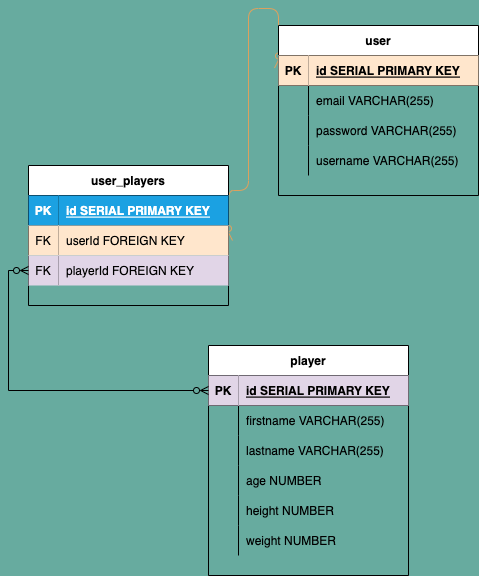
The draw.io diagram wireframes/ERD.png in ikarabag1/NBA-POCKET, before a commit. Source tidied: cells renumbered, new cells last; positions are measured from the earlier drawing's top-left corner, leaving out a move shared by most shapes.
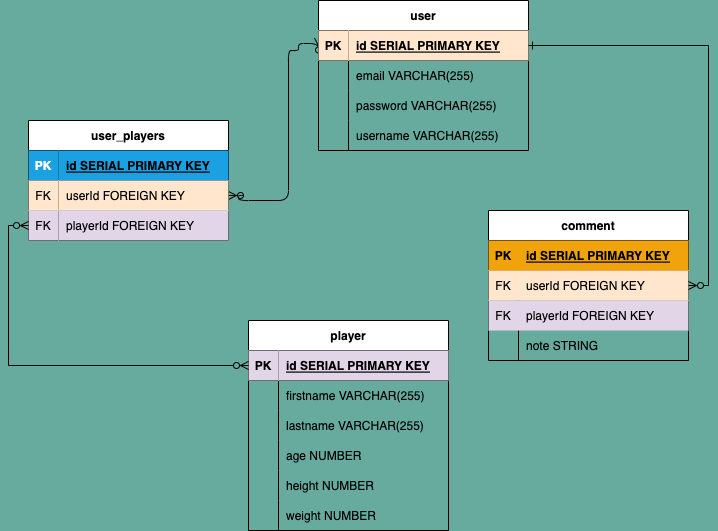
Later version of the same file.

Commit message:
read me udated for user story, techs used, erd, wireframes

The edit, as a diff of the source:
```diff
@@ -3,7 +3,7 @@
     <mxCell id="0" />
     <mxCell id="1" parent="0" />
     <mxCell id="2" value="player" style="shape=table;startSize=30;rowLines=0;fontStyle=1;align=center;" parent="1" vertex="1">
-      <mxGeometry x="180" y="337" width="200" height="230" as="geometry" />
+      <mxGeometry x="180" y="337" width="200" height="210" as="geometry" />
     </mxCell>
     <mxCell id="3" style="shape=tableRow;horizontal=0;startSize=0;swimlaneHead=0;swimlaneBody=0;fillColor=none;points=[[0,0.5],[1,0.5]];portConstraint=eastwest;top=0;left=0;right=0;bottom=1;" parent="2" vertex="1">
       <mxGeometry y="30" width="200" height="30" as="geometry" />
@@ -59,55 +59,58 @@
     <mxCell id="20" value="weight NUMBER" style="shape=partialRectangle;fillColor=none;top=0;left=0;bottom=0;right=0;align=left;spacingLeft=6;overflow=hidden;" parent="18" vertex="1">
       <mxGeometry x="30" width="170" height="30" as="geometry" />
     </mxCell>
-    <mxCell id="21" style="edgeStyle=orthogonalEdgeStyle;rounded=1;sketch=0;jettySize=auto;html=1;exitX=0;exitY=0.25;exitDx=0;exitDy=0;entryX=1;entryY=0.5;entryDx=0;entryDy=0;fontColor=#FEFAE0;strokeColor=#DDA15E;fillColor=#BC6C25;startArrow=ERzeroToMany;startFill=0;endArrow=ERzeroToMany;endFill=0;" parent="1" edge="1" source="22" target="39">
+    <mxCell id="21" style="edgeStyle=orthogonalEdgeStyle;rounded=1;sketch=0;jettySize=auto;html=1;exitX=0;exitY=0.25;exitDx=0;exitDy=0;entryX=1;entryY=0.5;entryDx=0;entryDy=0;fontColor=#FEFAE0;strokeColor=#000000;fillColor=#BC6C25;startArrow=ERzeroToMany;startFill=0;endArrow=ERzeroToMany;endFill=0;" parent="1" edge="1" source="22" target="39">
       <mxGeometry relative="1" as="geometry">
         <Array as="points">
-          <mxPoint x="220" />
-          <mxPoint x="220" y="182" />
+          <mxPoint x="230" y="60" />
+          <mxPoint x="230" y="67" />
+          <mxPoint x="220" y="67" />
+          <mxPoint x="220" y="217" />
+          <mxPoint x="170" y="217" />
         </Array>
       </mxGeometry>
     </mxCell>
     <mxCell id="22" value="user" style="shape=table;startSize=30;rowLines=0;fontStyle=1;align=center;" parent="1" vertex="1">
-      <mxGeometry x="250" y="17" width="200" height="170" as="geometry" />
+      <mxGeometry x="250" y="17" width="210" height="150" as="geometry" />
     </mxCell>
     <mxCell id="23" style="shape=tableRow;horizontal=0;startSize=0;swimlaneHead=0;swimlaneBody=0;fillColor=none;points=[[0,0.5],[1,0.5]];portConstraint=eastwest;top=0;left=0;right=0;bottom=1;" parent="22" vertex="1">
-      <mxGeometry y="30" width="200" height="30" as="geometry" />
+      <mxGeometry y="30" width="210" height="30" as="geometry" />
     </mxCell>
     <mxCell id="24" value="PK" style="shape=partialRectangle;fillColor=#ffe6cc;top=0;left=0;bottom=0;right=0;fontStyle=1;overflow=hidden;strokeColor=#d79b00;" parent="23" vertex="1">
       <mxGeometry width="30" height="30" as="geometry" />
     </mxCell>
     <mxCell id="25" value="id SERIAL PRIMARY KEY" style="shape=partialRectangle;fillColor=#ffe6cc;top=0;left=0;bottom=0;right=0;align=left;spacingLeft=6;fontStyle=5;overflow=hidden;strokeColor=#d79b00;" parent="23" vertex="1">
-      <mxGeometry x="30" width="170" height="30" as="geometry" />
+      <mxGeometry x="30" width="180" height="30" as="geometry" />
     </mxCell>
     <mxCell id="26" style="shape=tableRow;horizontal=0;startSize=0;swimlaneHead=0;swimlaneBody=0;fillColor=none;top=0;left=0;right=0;bottom=0;" parent="22" vertex="1">
-      <mxGeometry y="60" width="200" height="30" as="geometry" />
+      <mxGeometry y="60" width="210" height="30" as="geometry" />
     </mxCell>
     <mxCell id="27" style="shape=partialRectangle;fillColor=none;top=0;left=0;bottom=0;right=0;overflow=hidden;" parent="26" vertex="1">
       <mxGeometry width="30" height="30" as="geometry" />
     </mxCell>
     <mxCell id="28" value="email VARCHAR(255)" style="shape=partialRectangle;fillColor=none;top=0;left=0;bottom=0;right=0;align=left;spacingLeft=6;overflow=hidden;" parent="26" vertex="1">
-      <mxGeometry x="30" width="170" height="30" as="geometry" />
+      <mxGeometry x="30" width="180" height="30" as="geometry" />
     </mxCell>
     <mxCell id="29" style="shape=tableRow;horizontal=0;startSize=0;swimlaneHead=0;swimlaneBody=0;fillColor=none;top=0;left=0;right=0;bottom=0;" parent="22" vertex="1">
-      <mxGeometry y="90" width="200" height="30" as="geometry" />
+      <mxGeometry y="90" width="210" height="30" as="geometry" />
     </mxCell>
     <mxCell id="30" style="shape=partialRectangle;fillColor=none;top=0;left=0;bottom=0;right=0;overflow=hidden;" parent="29" vertex="1">
       <mxGeometry width="30" height="30" as="geometry" />
     </mxCell>
     <mxCell id="31" value="password VARCHAR(255)" style="shape=partialRectangle;fillColor=none;top=0;left=0;bottom=0;right=0;align=left;spacingLeft=6;overflow=hidden;" parent="29" vertex="1">
-      <mxGeometry x="30" width="170" height="30" as="geometry" />
+      <mxGeometry x="30" width="180" height="30" as="geometry" />
     </mxCell>
     <mxCell id="32" style="shape=tableRow;horizontal=0;startSize=0;swimlaneHead=0;swimlaneBody=0;fillColor=none;top=0;left=0;right=0;bottom=0;" parent="22" vertex="1">
-      <mxGeometry y="120" width="200" height="30" as="geometry" />
+      <mxGeometry y="120" width="210" height="30" as="geometry" />
     </mxCell>
     <mxCell id="33" style="shape=partialRectangle;fillColor=none;top=0;left=0;bottom=0;right=0;overflow=hidden;" parent="32" vertex="1">
       <mxGeometry width="30" height="30" as="geometry" />
     </mxCell>
     <mxCell id="34" value="username VARCHAR(255)" style="shape=partialRectangle;fillColor=none;top=0;left=0;bottom=0;right=0;align=left;spacingLeft=6;overflow=hidden;" parent="32" vertex="1">
-      <mxGeometry x="30" width="170" height="30" as="geometry" />
+      <mxGeometry x="30" width="180" height="30" as="geometry" />
     </mxCell>
     <mxCell id="35" value="user_players" style="shape=table;startSize=30;rowLines=0;fontStyle=1;align=center;" parent="1" vertex="1">
-      <mxGeometry y="157" width="200" height="140" as="geometry" />
+      <mxGeometry x="-40" y="137" width="200" height="120" as="geometry" />
     </mxCell>
     <mxCell id="36" style="shape=tableRow;horizontal=0;startSize=0;swimlaneHead=0;swimlaneBody=0;fillColor=none;top=0;left=0;right=0;bottom=1;" parent="35" vertex="1">
       <mxGeometry y="30" width="200" height="30" as="geometry" />
@@ -115,7 +118,7 @@
     <mxCell id="37" value="PK" style="shape=partialRectangle;fillColor=#1ba1e2;top=0;left=0;bottom=0;right=0;fontStyle=1;overflow=hidden;fontColor=#ffffff;strokeColor=#006EAF;" parent="36" vertex="1">
       <mxGeometry width="30" height="30" as="geometry" />
     </mxCell>
-    <mxCell id="38" value="id SERIAL PRIMARY KEY" style="shape=partialRectangle;fillColor=#1ba1e2;top=0;left=0;bottom=0;right=0;align=left;spacingLeft=6;fontStyle=5;overflow=hidden;fontColor=#ffffff;strokeColor=#006EAF;" parent="36" vertex="1">
+    <mxCell id="38" value="id SERIAL PRIMARY KEY" style="shape=partialRectangle;fillColor=#1ba1e2;top=0;left=0;bottom=0;right=0;align=left;spacingLeft=6;fontStyle=5;overflow=hidden;fontColor=#000000;strokeColor=#006EAF;" parent="36" vertex="1">
       <mxGeometry x="30" width="170" height="30" as="geometry" />
     </mxCell>
     <mxCell id="39" style="shape=tableRow;horizontal=0;startSize=0;swimlaneHead=0;swimlaneBody=0;fillColor=none;points=[[0,0.5],[1,0.5]];portConstraint=eastwest;top=0;left=0;right=0;bottom=0;" parent="35" vertex="1">
@@ -139,5 +142,47 @@
     <mxCell id="45" style="edgeStyle=orthogonalEdgeStyle;rounded=0;jettySize=auto;html=1;exitX=0;exitY=0.5;exitDx=0;exitDy=0;startArrow=ERzeroToMany;startFill=0;endArrow=ERzeroToMany;endFill=0;" parent="1" edge="1" source="42" target="3">
       <mxGeometry relative="1" as="geometry" />
     </mxCell>
+    <mxCell id="46" value="comment" style="shape=table;startSize=30;rowLines=0;fontStyle=1;align=center;" parent="1" vertex="1">
+      <mxGeometry x="420" y="227" width="200" height="150" as="geometry" />
+    </mxCell>
+    <mxCell id="47" style="shape=tableRow;horizontal=0;startSize=0;swimlaneHead=0;swimlaneBody=0;fillColor=#f0a30a;top=0;left=0;right=0;bottom=1;fontColor=#000000;strokeColor=#BD7000;" parent="46" vertex="1">
+      <mxGeometry y="30" width="200" height="30" as="geometry" />
+    </mxCell>
+    <mxCell id="48" value="PK" style="shape=partialRectangle;fillColor=none;top=0;left=0;bottom=0;right=0;fontStyle=1;overflow=hidden;" parent="47" vertex="1">
+      <mxGeometry width="30" height="30" as="geometry" />
+    </mxCell>
+    <mxCell id="49" value="id SERIAL PRIMARY KEY" style="shape=partialRectangle;fillColor=none;top=0;left=0;bottom=0;right=0;align=left;spacingLeft=6;fontStyle=5;overflow=hidden;" parent="47" vertex="1">
+      <mxGeometry x="30" width="170" height="30" as="geometry" />
+    </mxCell>
+    <mxCell id="50" style="shape=tableRow;horizontal=0;startSize=0;swimlaneHead=0;swimlaneBody=0;fillColor=#ffe6cc;points=[[0,0.5],[1,0.5]];portConstraint=eastwest;top=0;left=0;right=0;bottom=0;strokeColor=#d79b00;" parent="46" vertex="1">
+      <mxGeometry y="60" width="200" height="30" as="geometry" />
+    </mxCell>
+    <mxCell id="51" value="FK" style="shape=partialRectangle;fillColor=none;top=0;left=0;bottom=0;right=0;overflow=hidden;" parent="50" vertex="1">
+      <mxGeometry width="30" height="30" as="geometry" />
+    </mxCell>
+    <mxCell id="52" value="userId FOREIGN KEY" style="shape=partialRectangle;fillColor=none;top=0;left=0;bottom=0;right=0;align=left;spacingLeft=6;overflow=hidden;" parent="50" vertex="1">
+      <mxGeometry x="30" width="170" height="30" as="geometry" />
+    </mxCell>
+    <mxCell id="53" style="shape=tableRow;horizontal=0;startSize=0;swimlaneHead=0;swimlaneBody=0;fillColor=#e1d5e7;top=0;left=0;right=0;bottom=0;strokeColor=#9673a6;" parent="46" vertex="1">
+      <mxGeometry y="90" width="200" height="30" as="geometry" />
+    </mxCell>
+    <mxCell id="54" value="FK" style="shape=partialRectangle;fillColor=none;top=0;left=0;bottom=0;right=0;overflow=hidden;" parent="53" vertex="1">
+      <mxGeometry width="30" height="30" as="geometry" />
+    </mxCell>
+    <mxCell id="55" value="playerId FOREIGN KEY" style="shape=partialRectangle;fillColor=none;top=0;left=0;bottom=0;right=0;align=left;spacingLeft=6;overflow=hidden;" parent="53" vertex="1">
+      <mxGeometry x="30" width="170" height="30" as="geometry" />
+    </mxCell>
+    <mxCell id="56" style="shape=tableRow;horizontal=0;startSize=0;swimlaneHead=0;swimlaneBody=0;fillColor=none;top=0;left=0;right=0;bottom=0;" parent="46" vertex="1">
+      <mxGeometry y="120" width="200" height="30" as="geometry" />
+    </mxCell>
+    <mxCell id="57" style="shape=partialRectangle;fillColor=none;top=0;left=0;bottom=0;right=0;overflow=hidden;" parent="56" vertex="1">
+      <mxGeometry width="30" height="30" as="geometry" />
+    </mxCell>
+    <mxCell id="58" value="note STRING" style="shape=partialRectangle;fillColor=none;top=0;left=0;bottom=0;right=0;align=left;spacingLeft=6;overflow=hidden;" parent="56" vertex="1">
+      <mxGeometry x="30" width="170" height="30" as="geometry" />
+    </mxCell>
+    <mxCell id="59" style="edgeStyle=orthogonalEdgeStyle;rounded=0;jettySize=auto;html=1;entryX=1;entryY=0.5;entryDx=0;entryDy=0;fontColor=#000000;strokeColor=#000000;endArrow=ERzeroToMany;endFill=0;startArrow=ERone;startFill=0;" parent="1" edge="1" source="23" target="50">
+      <mxGeometry relative="1" as="geometry" />
+    </mxCell>
   </root>
 </mxGraphModel>
```
